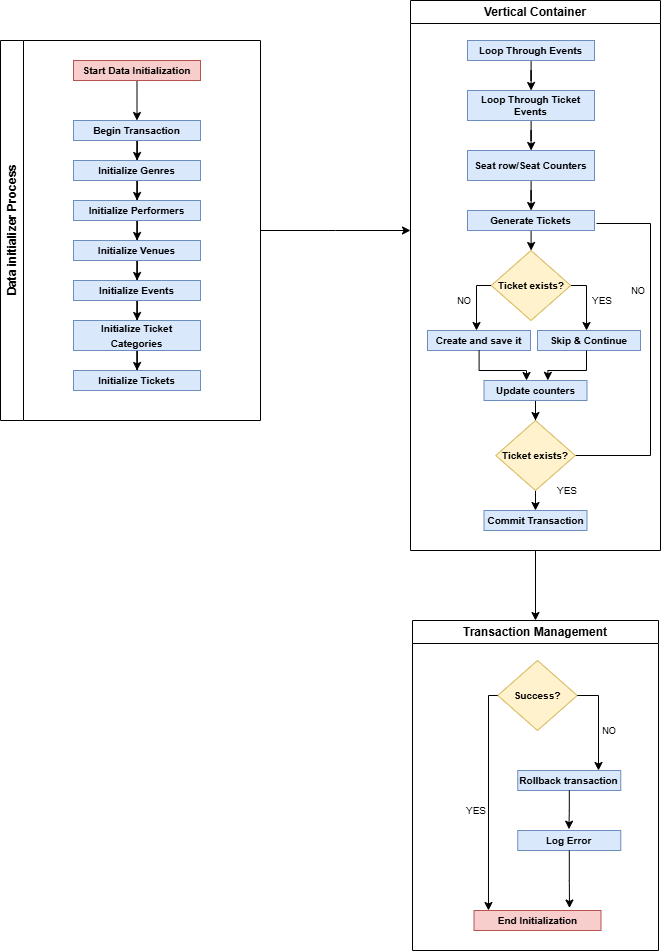
This is Diagrams/Untitled Diagram.drawio.png from gaasol13/TicketingSystem, a draw.io export, as it was before one commit. Source tidied: cells renumbered, new cells last; positions are measured from the earlier drawing's top-left corner, leaving out a move shared by most shapes.
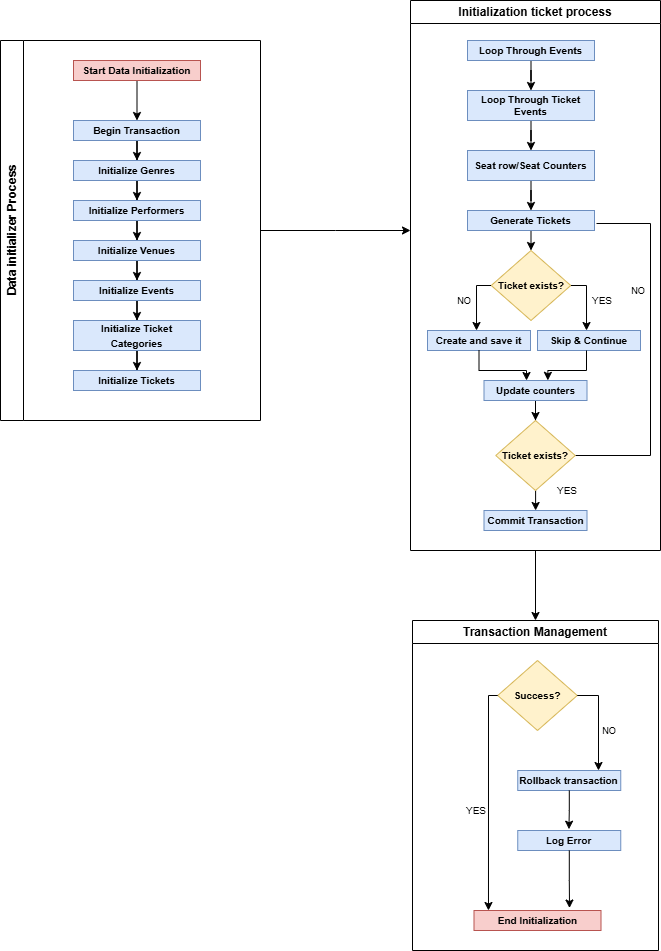
After the change.

Commit message:
Ticketing system process flow.drawio.png

What changed in the source:
```diff
@@ -58,7 +58,7 @@
     <mxCell id="19" style="edgeStyle=orthogonalEdgeStyle;rounded=0;jettySize=auto;html=1;entryX=0.5;entryY=0;entryDx=0;entryDy=0;" parent="1" edge="1" source="20" target="46">
       <mxGeometry relative="1" as="geometry" />
     </mxCell>
-    <mxCell id="20" value="Vertical Container" style="swimlane;whiteSpace=wrap;html=1;" parent="1" vertex="1">
+    <mxCell id="20" value="Initialization ticket process" style="swimlane;whiteSpace=wrap;html=1;" parent="1" vertex="1">
       <mxGeometry x="410" width="250" height="550" as="geometry" />
     </mxCell>
     <mxCell id="21" style="edgeStyle=orthogonalEdgeStyle;rounded=0;jettySize=auto;html=1;fontSize=10;" parent="20" edge="1" source="22" target="24">
```
